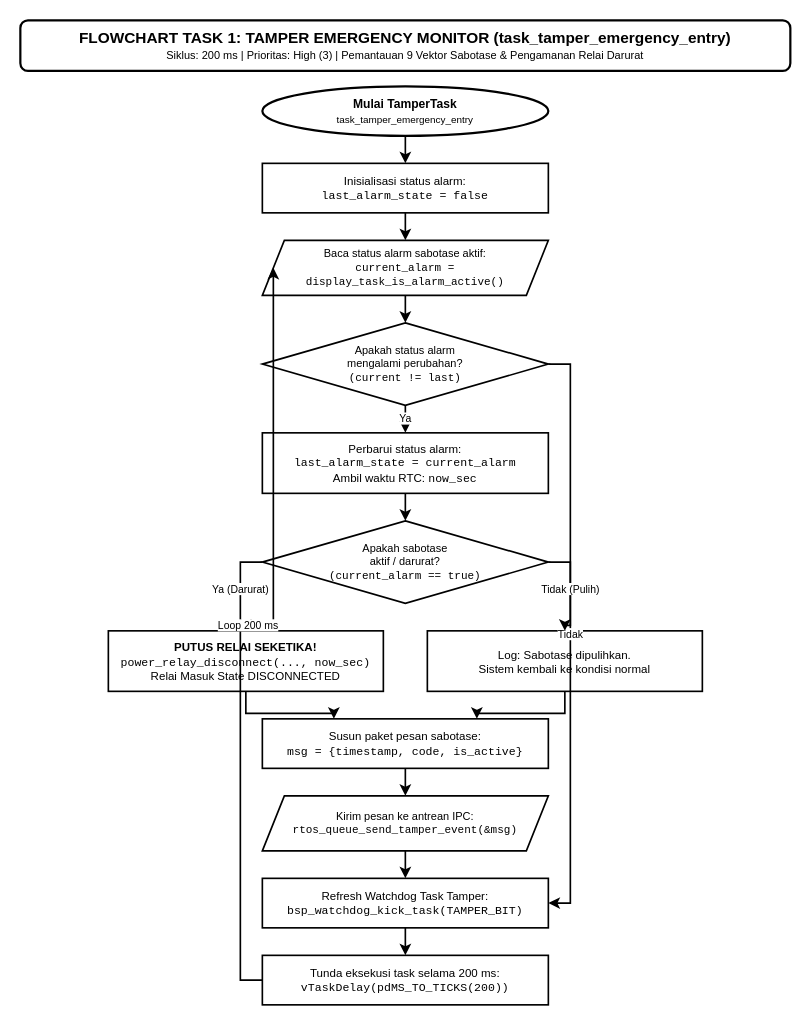
The draw.io diagram page "2. Task 1: TamperTask" (2 of 6) of docs/freertos_tasks_flowchart.drawio in Kevla27/ALLIN, before the edit. Source tidied: cells renumbered, new cells numbered last; positions are measured from the earlier drawing's top-left corner, leaving out a move shared by most shapes. Both pictures are drawn from the tidied source at 110%, with x=0, y=0 at pixel (20, 20).
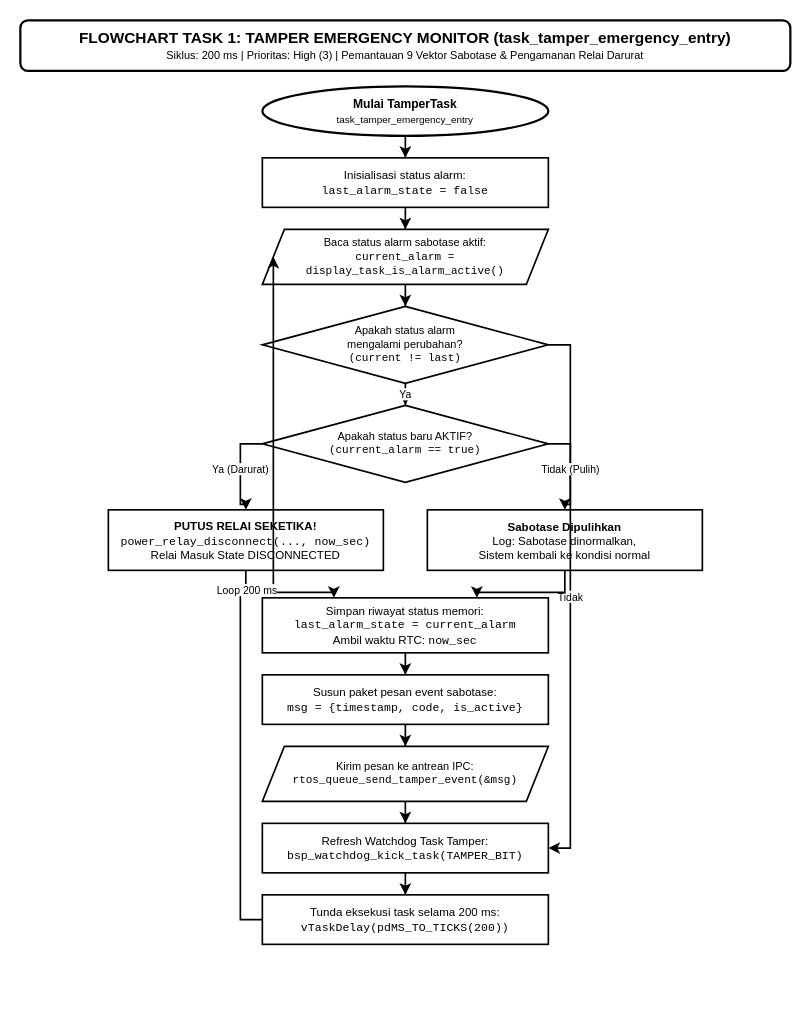
The same page after the edit.

Commit message:
docs: perbarui Tab 2 flowchart TamperTask dengan pemisahan branch pemulihan sabotase dan loopback RTOS

What changed in the source:
```diff
@@
     <mxCell id="4" value="Inisialisasi status alarm:&lt;br/&gt;&lt;code&gt;last_alarm_state = false&lt;/code&gt;" style="rounded=0;whiteSpace=wrap;html=1;fillColor=#ffffff;strokeColor=#000000;strokeWidth=1.5;fontFamily=Helvetica;fontSize=10.5;fontColor=#000000;align=center;" parent="1" vertex="1">
-      <mxGeometry x="220" y="130" width="260" height="45" as="geometry" />
+      <mxGeometry x="220" y="125" width="260" height="45" as="geometry" />
     </mxCell>
     <mxCell id="5" value="Baca status alarm sabotase aktif:&lt;br/&gt;&lt;code&gt;current_alarm = display_task_is_alarm_active()&lt;/code&gt;" style="shape=parallelogram;perimeter=parallelogramPerimeter;whiteSpace=wrap;html=1;fixedSize=1;fillColor=#ffffff;strokeColor=#000000;strokeWidth=1.5;fontFamily=Helvetica;fontSize=10;fontColor=#000000;align=center;" parent="1" vertex="1">
-      <mxGeometry x="220" y="200" width="260" height="50" as="geometry" />
+      <mxGeometry x="220" y="190" width="260" height="50" as="geometry" />
     </mxCell>
     <mxCell id="6" value="Apakah status alarm&lt;br/&gt;mengalami perubahan?&lt;br/&gt;&lt;code&gt;(current != last)&lt;/code&gt;" style="rhombus;whiteSpace=wrap;html=1;fillColor=#ffffff;strokeColor=#000000;strokeWidth=1.5;fontFamily=Helvetica;fontSize=10;fontColor=#000000;align=center;spacing=2;" parent="1" vertex="1">
-      <mxGeometry x="220" y="275" width="260" height="75" as="geometry" />
+      <mxGeometry x="220" y="260" width="260" height="70" as="geometry" />
     </mxCell>
-    <mxCell id="7" value="Perbarui status alarm:&lt;br/&gt;&lt;code&gt;last_alarm_state = current_alarm&lt;/code&gt;&lt;br/&gt;Ambil waktu RTC: &lt;code&gt;now_sec&lt;/code&gt;" style="rounded=0;whiteSpace=wrap;html=1;fillColor=#ffffff;strokeColor=#000000;strokeWidth=1.5;fontFamily=Helvetica;fontSize=10.5;fontColor=#000000;align=center;" parent="1" vertex="1">
-      <mxGeometry x="220" y="375" width="260" height="55" as="geometry" />
-    </mxCell>
-    <mxCell id="8" value="Apakah sabotase&lt;br/&gt;aktif / darurat?&lt;br/&gt;&lt;code&gt;(current_alarm == true)&lt;/code&gt;" style="rhombus;whiteSpace=wrap;html=1;fillColor=#ffffff;strokeColor=#000000;strokeWidth=1.5;fontFamily=Helvetica;fontSize=10;fontColor=#000000;align=center;spacing=2;" parent="1" vertex="1">
-      <mxGeometry x="220" y="455" width="260" height="75" as="geometry" />
+    <mxCell id="8" value="Apakah status baru AKTIF?&lt;br/&gt;&lt;code&gt;(current_alarm == true)&lt;/code&gt;" style="rhombus;whiteSpace=wrap;html=1;fillColor=#ffffff;strokeColor=#000000;strokeWidth=1.5;fontFamily=Helvetica;fontSize=10;fontColor=#000000;align=center;spacing=2;" parent="1" vertex="1">
+      <mxGeometry x="220" y="350" width="260" height="70" as="geometry" />
     </mxCell>
     <mxCell id="9" value="&lt;b&gt;PUTUS RELAI SEKETIKA!&lt;/b&gt;&lt;br/&gt;&lt;code&gt;power_relay_disconnect(..., now_sec)&lt;/code&gt;&lt;br/&gt;Relai Masuk State DISCONNECTED" style="rounded=0;whiteSpace=wrap;html=1;fillColor=#ffffff;strokeColor=#000000;strokeWidth=1.5;fontFamily=Helvetica;fontSize=10.5;fontColor=#000000;align=center;" parent="1" vertex="1">
-      <mxGeometry x="80" y="555" width="250" height="55" as="geometry" />
+      <mxGeometry x="80" y="445" width="250" height="55" as="geometry" />
     </mxCell>
-    <mxCell id="10" value="Log: Sabotase dipulihkan.&lt;br/&gt;Sistem kembali ke kondisi normal" style="rounded=0;whiteSpace=wrap;html=1;fillColor=#ffffff;strokeColor=#000000;strokeWidth=1.5;fontFamily=Helvetica;fontSize=10.5;fontColor=#000000;align=center;" parent="1" vertex="1">
-      <mxGeometry x="370" y="555" width="250" height="55" as="geometry" />
+    <mxCell id="10" value="&lt;b&gt;Sabotase Dipulihkan&lt;/b&gt;&lt;br/&gt;Log: Sabotase dinormalkan,&lt;br/&gt;Sistem kembali ke kondisi normal" style="rounded=0;whiteSpace=wrap;html=1;fillColor=#ffffff;strokeColor=#000000;strokeWidth=1.5;fontFamily=Helvetica;fontSize=10.5;fontColor=#000000;align=center;" parent="1" vertex="1">
+      <mxGeometry x="370" y="445" width="250" height="55" as="geometry" />
     </mxCell>
+    <mxCell id="7" value="Simpan riwayat status memori:&lt;br/&gt;&lt;code&gt;last_alarm_state = current_alarm&lt;/code&gt;&lt;br/&gt;Ambil waktu RTC: &lt;code&gt;now_sec&lt;/code&gt;" style="rounded=0;whiteSpace=wrap;html=1;fillColor=#ffffff;strokeColor=#000000;strokeWidth=1.5;fontFamily=Helvetica;fontSize=10.5;fontColor=#000000;align=center;" parent="1" vertex="1">
+      <mxGeometry x="220" y="525" width="260" height="50" as="geometry" />
+    </mxCell>
-    <mxCell id="11" value="Susun paket pesan sabotase:&lt;br/&gt;&lt;code&gt;msg = {timestamp, code, is_active}&lt;/code&gt;" style="rounded=0;whiteSpace=wrap;html=1;fillColor=#ffffff;strokeColor=#000000;strokeWidth=1.5;fontFamily=Helvetica;fontSize=10.5;fontColor=#000000;align=center;" parent="1" vertex="1">
-      <mxGeometry x="220" y="635" width="260" height="45" as="geometry" />
+    <mxCell id="11" value="Susun paket pesan event sabotase:&lt;br/&gt;&lt;code&gt;msg = {timestamp, code, is_active}&lt;/code&gt;" style="rounded=0;whiteSpace=wrap;html=1;fillColor=#ffffff;strokeColor=#000000;strokeWidth=1.5;fontFamily=Helvetica;fontSize=10.5;fontColor=#000000;align=center;" parent="1" vertex="1">
+      <mxGeometry x="220" y="595" width="260" height="45" as="geometry" />
     </mxCell>
-    <mxCell id="12" value="Kirim pesan ke antrean IPC:&lt;br/&gt;&lt;code&gt;rtos_queue_send_tamper_event(&amp;amp;msg)&lt;/code&gt;" style="shape=parallelogram;perimeter=parallelogramPerimeter;whiteSpace=wrap;html=1;fixedSize=1;fillColor=#ffffff;strokeColor=#000000;strokeWidth=1.5;fontFamily=Helvetica;fontSize=10;fontColor=#000000;align=center;" parent="1" vertex="1">
-      <mxGeometry x="220" y="705" width="260" height="50" as="geometry" />
+    <mxCell id="12" value="Kirim pesan ke antrean IPC:&lt;br/&gt;&lt;code&gt;rtos_queue_send_tamper_event(&amp;msg)&lt;/code&gt;" style="shape=parallelogram;perimeter=parallelogramPerimeter;whiteSpace=wrap;html=1;fixedSize=1;fillColor=#ffffff;strokeColor=#000000;strokeWidth=1.5;fontFamily=Helvetica;fontSize=10;fontColor=#000000;align=center;" parent="1" vertex="1">
+      <mxGeometry x="220" y="660" width="260" height="50" as="geometry" />
     </mxCell>
     <mxCell id="13" value="Refresh Watchdog Task Tamper:&lt;br/&gt;&lt;code&gt;bsp_watchdog_kick_task(TAMPER_BIT)&lt;/code&gt;" style="rounded=0;whiteSpace=wrap;html=1;fillColor=#ffffff;strokeColor=#000000;strokeWidth=1.5;fontFamily=Helvetica;fontSize=10.5;fontColor=#000000;align=center;" parent="1" vertex="1">
-      <mxGeometry x="220" y="780" width="260" height="45" as="geometry" />
+      <mxGeometry x="220" y="730" width="260" height="45" as="geometry" />
     </mxCell>
     <mxCell id="14" value="Tunda eksekusi task selama 200 ms:&lt;br/&gt;&lt;code&gt;vTaskDelay(pdMS_TO_TICKS(200))&lt;/code&gt;" style="rounded=0;whiteSpace=wrap;html=1;fillColor=#ffffff;strokeColor=#000000;strokeWidth=1.5;fontFamily=Helvetica;fontSize=10.5;fontColor=#000000;align=center;" parent="1" vertex="1">
-      <mxGeometry x="220" y="850" width="260" height="45" as="geometry" />
+      <mxGeometry x="220" y="795" width="260" height="45" as="geometry" />
     </mxCell>
@@
-    <mxCell id="18" value="Ya" style="edgeStyle=orthogonalEdgeStyle;rounded=0;jettySize=auto;html=1;strokeColor=#000000;strokeWidth=1.5;endArrow=classic;endFill=1;labelBackgroundColor=#ffffff;fontFamily=Helvetica;fontSize=9.5;fontColor=#000000;" parent="1" edge="1" source="6" target="7">
+    <mxCell id="18" value="Ya" style="edgeStyle=orthogonalEdgeStyle;rounded=0;jettySize=auto;html=1;strokeColor=#000000;strokeWidth=1.5;endArrow=classic;endFill=1;labelBackgroundColor=#ffffff;fontFamily=Helvetica;fontSize=9.5;fontColor=#000000;" parent="1" edge="1" source="6" target="8">
       <mxGeometry relative="1" as="geometry" />
     </mxCell>
@@
-    <mxCell id="20" style="edgeStyle=orthogonalEdgeStyle;rounded=0;jettySize=auto;html=1;strokeColor=#000000;strokeWidth=1.5;endArrow=classic;endFill=1;labelBackgroundColor=#ffffff;fontFamily=Helvetica;fontSize=9.5;fontColor=#000000;" parent="1" edge="1" source="7" target="8">
-      <mxGeometry relative="1" as="geometry" />
-    </mxCell>
@@
-    <mxCell id="23" style="edgeStyle=orthogonalEdgeStyle;rounded=0;jettySize=auto;html=1;strokeColor=#000000;strokeWidth=1.5;endArrow=classic;endFill=1;labelBackgroundColor=#ffffff;fontFamily=Helvetica;fontSize=9.5;fontColor=#000000;exitX=0.5;exitY=1;exitDx=0;exitDy=0;entryX=0.25;entryY=0;entryDx=0;entryDy=0;" parent="1" edge="1" source="9" target="11">
+    <mxCell id="23" style="edgeStyle=orthogonalEdgeStyle;rounded=0;jettySize=auto;html=1;strokeColor=#000000;strokeWidth=1.5;endArrow=classic;endFill=1;labelBackgroundColor=#ffffff;fontFamily=Helvetica;fontSize=9.5;fontColor=#000000;exitX=0.5;exitY=1;exitDx=0;exitDy=0;entryX=0.25;entryY=0;entryDx=0;entryDy=0;" parent="1" edge="1" source="9" target="7">
       <mxGeometry relative="1" as="geometry" />
     </mxCell>
-    <mxCell id="24" style="edgeStyle=orthogonalEdgeStyle;rounded=0;jettySize=auto;html=1;strokeColor=#000000;strokeWidth=1.5;endArrow=classic;endFill=1;labelBackgroundColor=#ffffff;fontFamily=Helvetica;fontSize=9.5;fontColor=#000000;exitX=0.5;exitY=1;exitDx=0;exitDy=0;entryX=0.75;entryY=0;entryDx=0;entryDy=0;" parent="1" edge="1" source="10" target="11">
+    <mxCell id="24" style="edgeStyle=orthogonalEdgeStyle;rounded=0;jettySize=auto;html=1;strokeColor=#000000;strokeWidth=1.5;endArrow=classic;endFill=1;labelBackgroundColor=#ffffff;fontFamily=Helvetica;fontSize=9.5;fontColor=#000000;exitX=0.5;exitY=1;exitDx=0;exitDy=0;entryX=0.75;entryY=0;entryDx=0;entryDy=0;" parent="1" edge="1" source="10" target="7">
       <mxGeometry relative="1" as="geometry" />
     </mxCell>
-    <mxCell id="25" style="edgeStyle=orthogonalEdgeStyle;rounded=0;jettySize=auto;html=1;strokeColor=#000000;strokeWidth=1.5;endArrow=classic;endFill=1;labelBackgroundColor=#ffffff;fontFamily=Helvetica;fontSize=9.5;fontColor=#000000;" parent="1" edge="1" source="11" target="12">
+    <mxCell id="25" style="edgeStyle=orthogonalEdgeStyle;rounded=0;jettySize=auto;html=1;strokeColor=#000000;strokeWidth=1.5;endArrow=classic;endFill=1;labelBackgroundColor=#ffffff;fontFamily=Helvetica;fontSize=9.5;fontColor=#000000;" parent="1" edge="1" source="7" target="11">
       <mxGeometry relative="1" as="geometry" />
     </mxCell>
-    <mxCell id="26" style="edgeStyle=orthogonalEdgeStyle;rounded=0;jettySize=auto;html=1;strokeColor=#000000;strokeWidth=1.5;endArrow=classic;endFill=1;labelBackgroundColor=#ffffff;fontFamily=Helvetica;fontSize=9.5;fontColor=#000000;" parent="1" edge="1" source="12" target="13">
+    <mxCell id="26" style="edgeStyle=orthogonalEdgeStyle;rounded=0;jettySize=auto;html=1;strokeColor=#000000;strokeWidth=1.5;endArrow=classic;endFill=1;labelBackgroundColor=#ffffff;fontFamily=Helvetica;fontSize=9.5;fontColor=#000000;" parent="1" edge="1" source="11" target="12">
       <mxGeometry relative="1" as="geometry" />
     </mxCell>
-    <mxCell id="27" style="edgeStyle=orthogonalEdgeStyle;rounded=0;jettySize=auto;html=1;strokeColor=#000000;strokeWidth=1.5;endArrow=classic;endFill=1;labelBackgroundColor=#ffffff;fontFamily=Helvetica;fontSize=9.5;fontColor=#000000;" parent="1" edge="1" source="13" target="14">
+    <mxCell id="27" style="edgeStyle=orthogonalEdgeStyle;rounded=0;jettySize=auto;html=1;strokeColor=#000000;strokeWidth=1.5;endArrow=classic;endFill=1;labelBackgroundColor=#ffffff;fontFamily=Helvetica;fontSize=9.5;fontColor=#000000;" parent="1" edge="1" source="12" target="13">
       <mxGeometry relative="1" as="geometry" />
     </mxCell>
-    <mxCell id="28" value="Loop 200 ms" style="edgeStyle=orthogonalEdgeStyle;rounded=0;jettySize=auto;html=1;strokeColor=#000000;strokeWidth=1.5;endArrow=classic;endFill=1;labelBackgroundColor=#ffffff;fontFamily=Helvetica;fontSize=9.5;fontColor=#000000;exitX=0;exitY=0.5;exitDx=0;exitDy=0;entryX=0;entryY=0.5;entryDx=0;entryDy=0;" parent="1" edge="1" source="14" target="5">
+    <mxCell id="28" style="edgeStyle=orthogonalEdgeStyle;rounded=0;jettySize=auto;html=1;strokeColor=#000000;strokeWidth=1.5;endArrow=classic;endFill=1;labelBackgroundColor=#ffffff;fontFamily=Helvetica;fontSize=9.5;fontColor=#000000;" parent="1" edge="1" source="13" target="14">
       <mxGeometry relative="1" as="geometry" />
     </mxCell>
+    <mxCell id="29" value="Loop 200 ms" style="edgeStyle=orthogonalEdgeStyle;rounded=0;jettySize=auto;html=1;strokeColor=#000000;strokeWidth=1.5;endArrow=classic;endFill=1;labelBackgroundColor=#ffffff;fontFamily=Helvetica;fontSize=9.5;fontColor=#000000;exitX=0;exitY=0.5;exitDx=0;exitDy=0;entryX=0;entryY=0.5;entryDx=0;entryDy=0;" parent="1" edge="1" source="14" target="5">
+      <mxGeometry relative="1" as="geometry" />
+    </mxCell>
```
